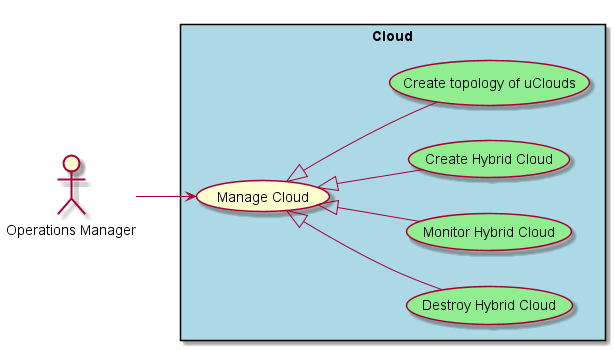
Before: docs/Solution/Cloud/UseCases.png, a diagram exported from PlantUML (CAADE/edgeville).
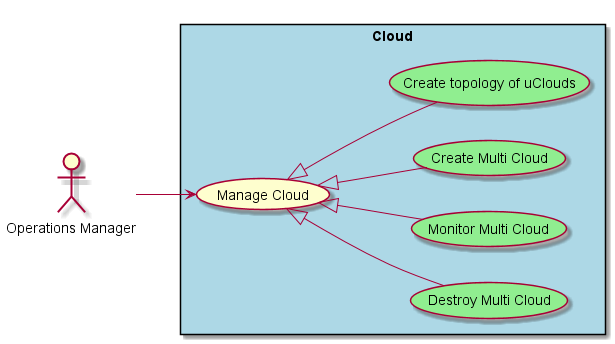
After the commit.

What changed in the source:
```diff
@@ -6,9 +6,9 @@
 
 rectangle "Cloud" #lightBlue {
     UseCase UC1 as "Manage Cloud"
-    UseCase UC2 as "Destroy Hybrid Cloud" #lightgreen
-    UseCase UC3 as "Monitor Hybrid Cloud" #lightgreen
-    UseCase UC4 as "Create Hybrid Cloud" #lightgreen
+    UseCase UC2 as "Destroy Multi Cloud" #lightgreen
+    UseCase UC3 as "Monitor Multi Cloud" #lightgreen
+    UseCase UC4 as "Create Multi Cloud" #lightgreen
     UseCase UC5 as "Create topology of uClouds" #lightgreen
 
     Actor --> UC1
```
